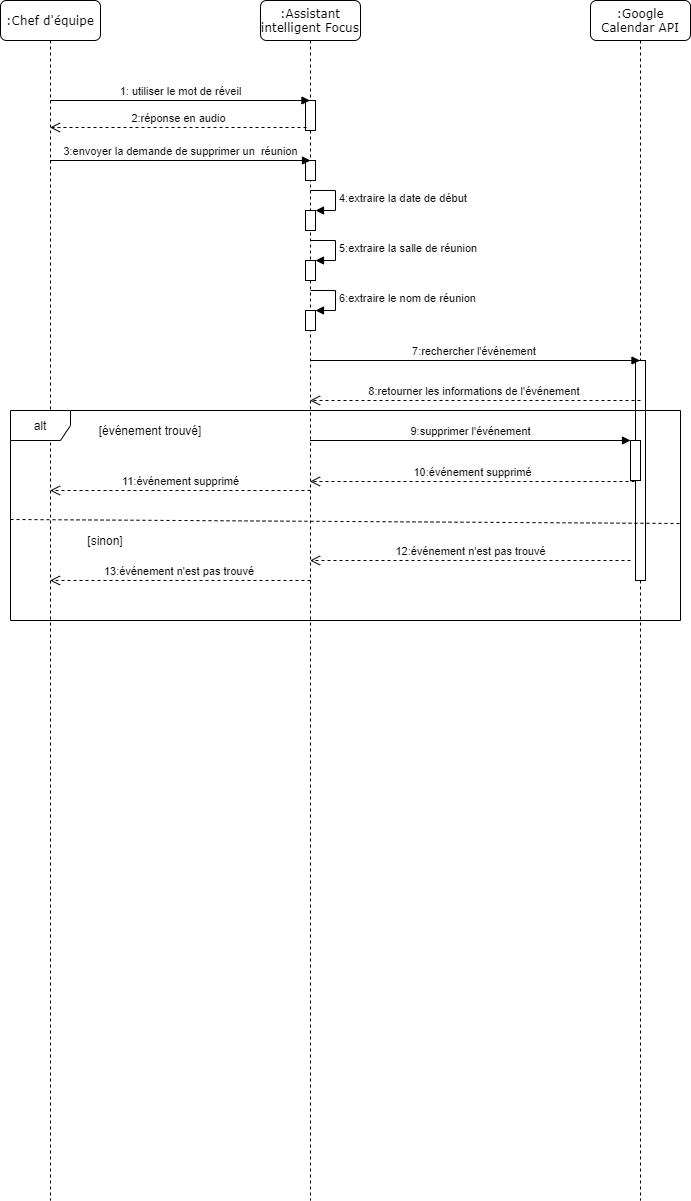
The draw.io diagram supprimer event.png in hanabouzid/diagrams, before a commit. Source tidied: cells renumbered, new cells last; positions are measured from the earlier drawing's top-left corner, leaving out a move shared by most shapes.
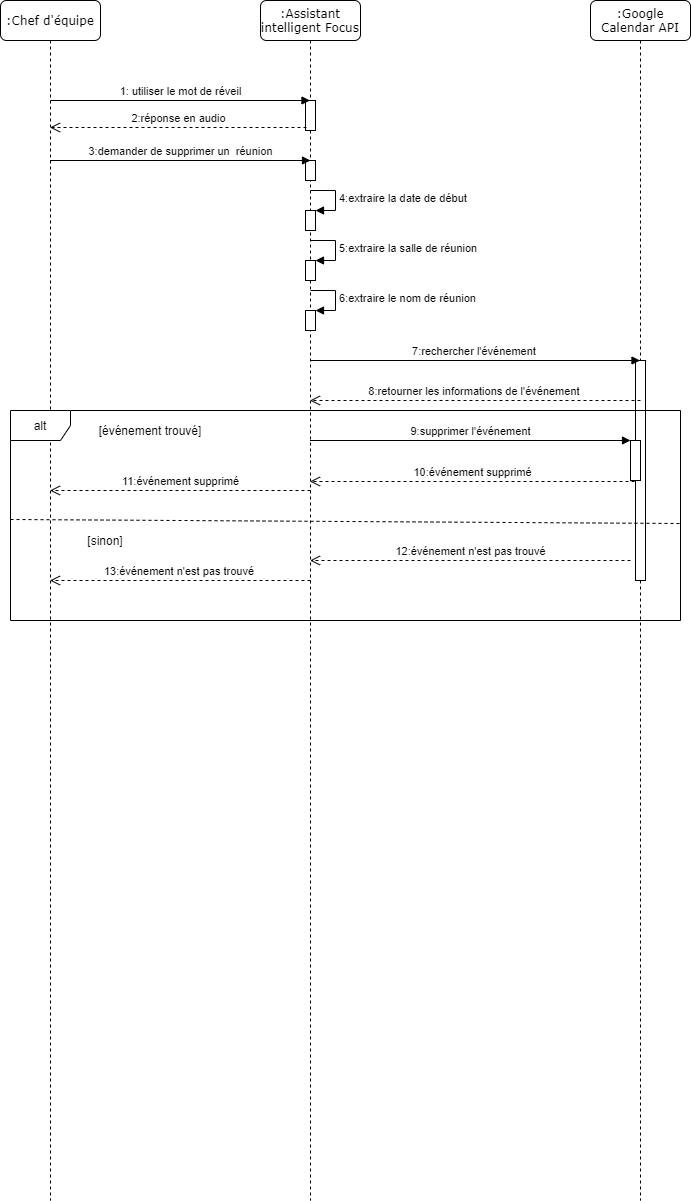
The same file after the commit.

The edit, as a diff of the source:
```diff
@@ -68,7 +68,7 @@
         <mxPoint x="49.5" y="127" as="targetPoint" />
       </mxGeometry>
     </mxCell>
-    <mxCell id="17" value="3:envoyer la demande de supprimer un&amp;nbsp; réunion" style="html=1;verticalAlign=bottom;endArrow=block;" parent="1" edge="1">
+    <mxCell id="17" value="3:demander de supprimer un&amp;nbsp; réunion" style="html=1;verticalAlign=bottom;endArrow=block;" parent="1" edge="1">
       <mxGeometry relative="1" as="geometry">
         <mxPoint x="49.5" y="160" as="sourcePoint" />
         <mxPoint x="310" y="160" as="targetPoint" />
```
